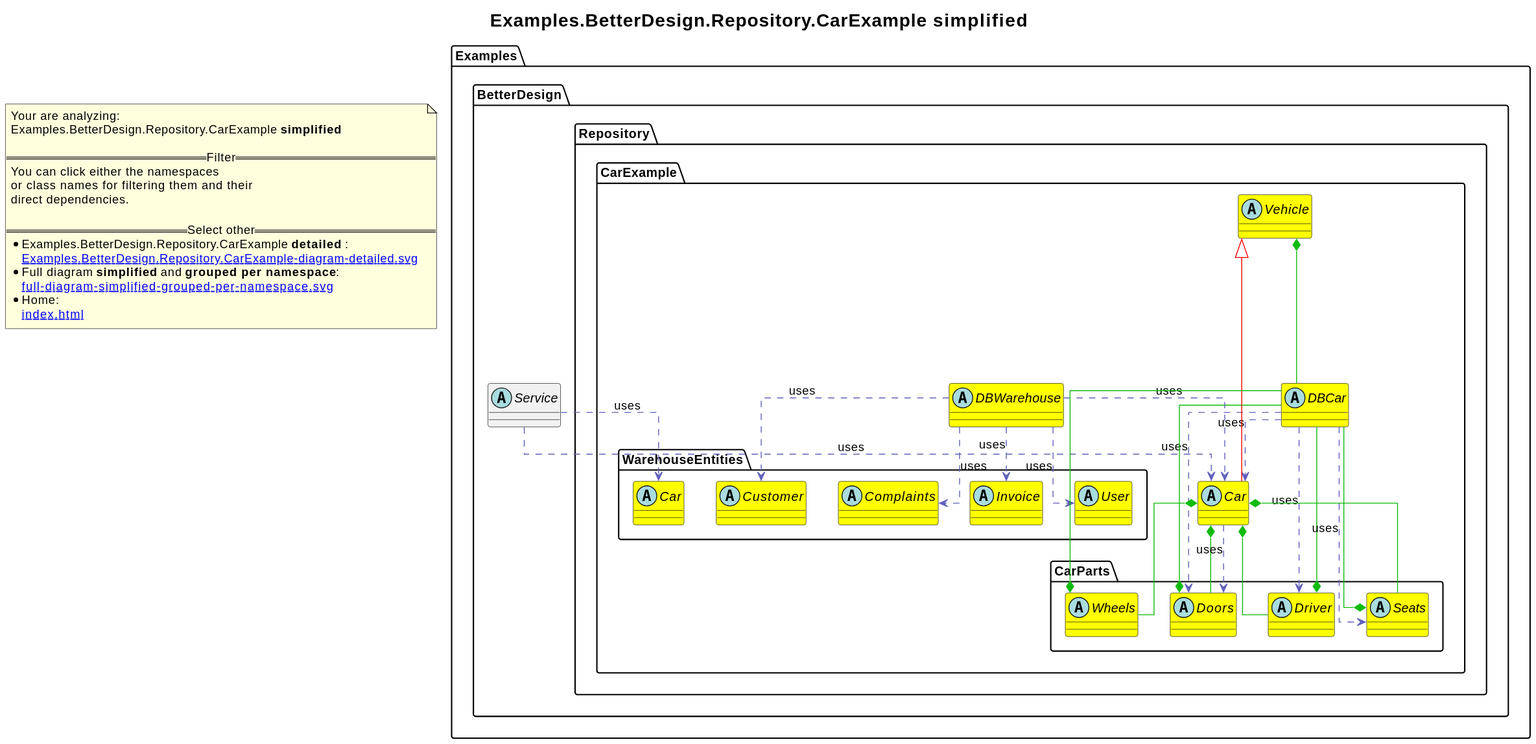
The PlantUML diagram revenger-csharp-adapter.out/Examples.BetterDesign.Repository.CarExample-diagram-simplified.svg in 2BlackCoffees/revenger, before a commit.
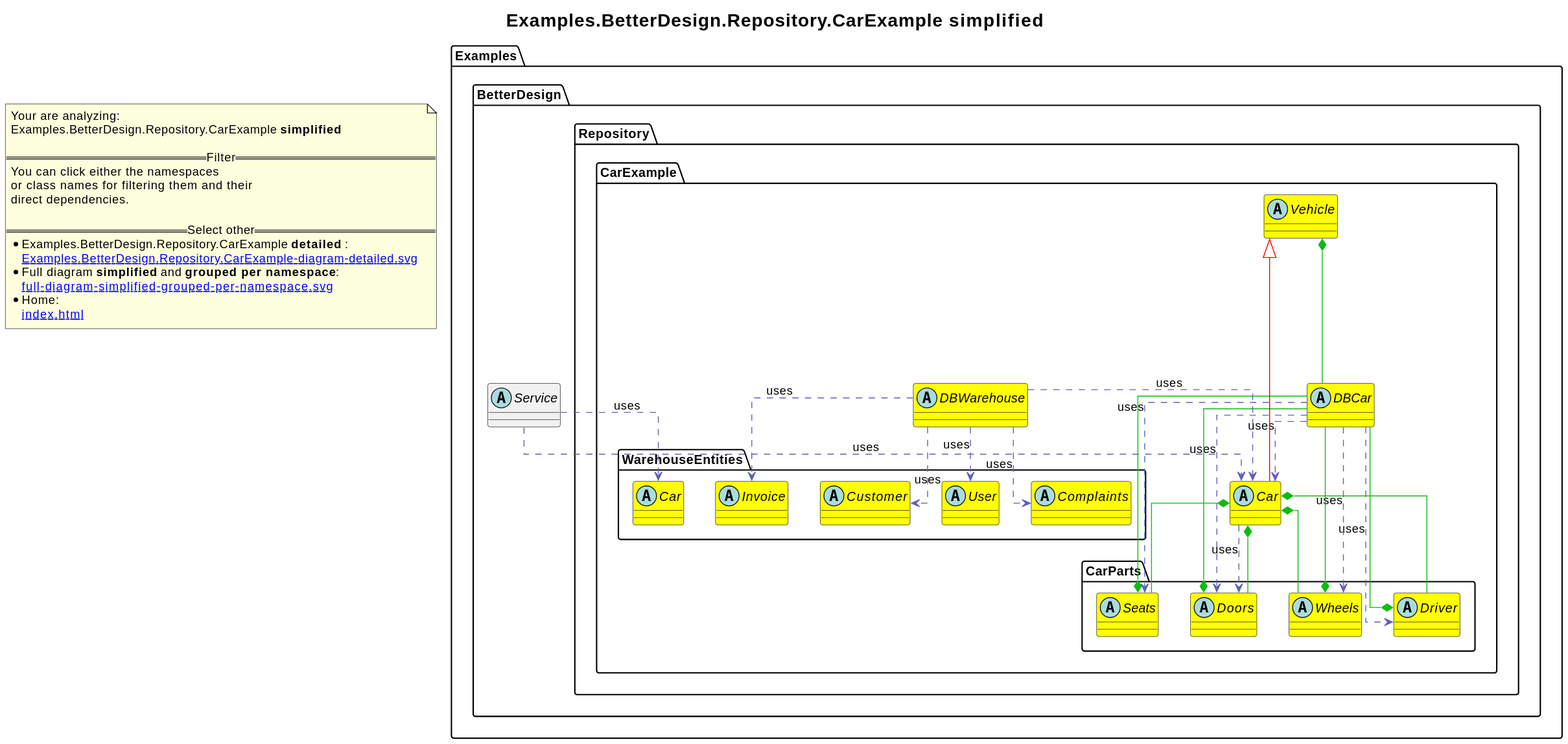
The same file after the commit.

The edit, as a diff of the source:
```diff
@@ -20,32 +20,33 @@
         }
         abstract class Examples.BetterDesign.Repository.CarExample.CarParts.Wheels [[Examples.BetterDesign.Repository.CarExample.CarParts.Wheels-diagram-simplified.svg]] #yellow {
         }
+        abstract class Examples.BetterDesign.Repository.CarExample.WarehouseEntities.Customer [[Examples.BetterDesign.Repository.CarExample.WarehouseEntities.Customer-diagram-simplified.svg]] #yellow {
+        }
         abstract class Examples.BetterDesign.Repository.CarExample.WarehouseEntities.Invoice [[Examples.BetterDesign.Repository.CarExample.WarehouseEntities.Invoice-diagram-simplified.svg]] #yellow {
         }
         abstract class Examples.BetterDesign.Repository.CarExample.WarehouseEntities.Complaints [[Examples.BetterDesign.Repository.CarExample.WarehouseEntities.Complaints-diagram-simplified.svg]] #yellow {
-        }
-        abstract class Examples.BetterDesign.Repository.CarExample.WarehouseEntities.Customer [[Examples.BetterDesign.Repository.CarExample.WarehouseEntities.Customer-diagram-simplified.svg]] #yellow {
         }
         abstract class Examples.BetterDesign.Repository.CarExample.WarehouseEntities.User [[Examples.BetterDesign.Repository.CarExample.WarehouseEntities.User-diagram-simplified.svg]] #yellow {
         }
         abstract class Examples.BetterDesign.Repository.CarExample.WarehouseEntities.Car [[Examples.BetterDesign.Repository.CarExample.WarehouseEntities.Car-diagram-simplified.svg]] #yellow {
         }
+Examples.BetterDesign.Service .[#6060BB].> Examples.BetterDesign.Repository.CarExample.WarehouseEntities.Car  : uses
 Examples.BetterDesign.Service .[#6060BB].> Examples.BetterDesign.Repository.CarExample.Car  : uses
-Examples.BetterDesign.Service .[#6060BB].> Examples.BetterDesign.Repository.CarExample.WarehouseEntities.Car  : uses
 Examples.BetterDesign.Repository.CarExample.DBCar .[#6060BB].> Examples.BetterDesign.Repository.CarExample.CarParts.Driver  : uses
 Examples.BetterDesign.Repository.CarExample.DBCar .[#6060BB].> Examples.BetterDesign.Repository.CarExample.Car  : uses
 Examples.BetterDesign.Repository.CarExample.DBCar .[#6060BB].> Examples.BetterDesign.Repository.CarExample.CarParts.Seats  : uses
 Examples.BetterDesign.Repository.CarExample.DBCar .[#6060BB].> Examples.BetterDesign.Repository.CarExample.CarParts.Doors  : uses
+Examples.BetterDesign.Repository.CarExample.DBCar .[#6060BB].> Examples.BetterDesign.Repository.CarExample.CarParts.Wheels  : uses
 Examples.BetterDesign.Repository.CarExample.Vehicle <|-[#red]- Examples.BetterDesign.Repository.CarExample.Car
 Examples.BetterDesign.Repository.CarExample.Car *-[#10BB10]- Examples.BetterDesign.Repository.CarExample.CarParts.Wheels
 Examples.BetterDesign.Repository.CarExample.Car *-[#10BB10]- Examples.BetterDesign.Repository.CarExample.CarParts.Seats
 Examples.BetterDesign.Repository.CarExample.Car *-[#10BB10]- Examples.BetterDesign.Repository.CarExample.CarParts.Driver
 Examples.BetterDesign.Repository.CarExample.Car *-[#10BB10]- Examples.BetterDesign.Repository.CarExample.CarParts.Doors
 Examples.BetterDesign.Repository.CarExample.Car .[#6060BB].> Examples.BetterDesign.Repository.CarExample.CarParts.Doors  : uses
+Examples.BetterDesign.Repository.CarExample.DBWarehouse .[#6060BB].> Examples.BetterDesign.Repository.CarExample.WarehouseEntities.Customer  : uses
 Examples.BetterDesign.Repository.CarExample.DBWarehouse .[#6060BB].> Examples.BetterDesign.Repository.CarExample.WarehouseEntities.Invoice  : uses
+Examples.BetterDesign.Repository.CarExample.DBWarehouse .[#6060BB].> Examples.BetterDesign.Repository.CarExample.Car  : uses
 Examples.BetterDesign.Repository.CarExample.DBWarehouse .[#6060BB].> Examples.BetterDesign.Repository.CarExample.WarehouseEntities.Complaints  : uses
-Examples.BetterDesign.Repository.CarExample.DBWarehouse .[#6060BB].> Examples.BetterDesign.Repository.CarExample.WarehouseEntities.Customer  : uses
-Examples.BetterDesign.Repository.CarExample.DBWarehouse .[#6060BB].> Examples.BetterDesign.Repository.CarExample.Car  : uses
 Examples.BetterDesign.Repository.CarExample.DBWarehouse .[#6060BB].> Examples.BetterDesign.Repository.CarExample.WarehouseEntities.User  : uses
 Examples.BetterDesign.Repository.CarExample.Vehicle *-[#10BB10]- Examples.BetterDesign.Repository.CarExample.DBCar
 Examples.BetterDesign.Repository.CarExample.CarParts.Driver *-[#10BB10]- Examples.BetterDesign.Repository.CarExample.DBCar
```
